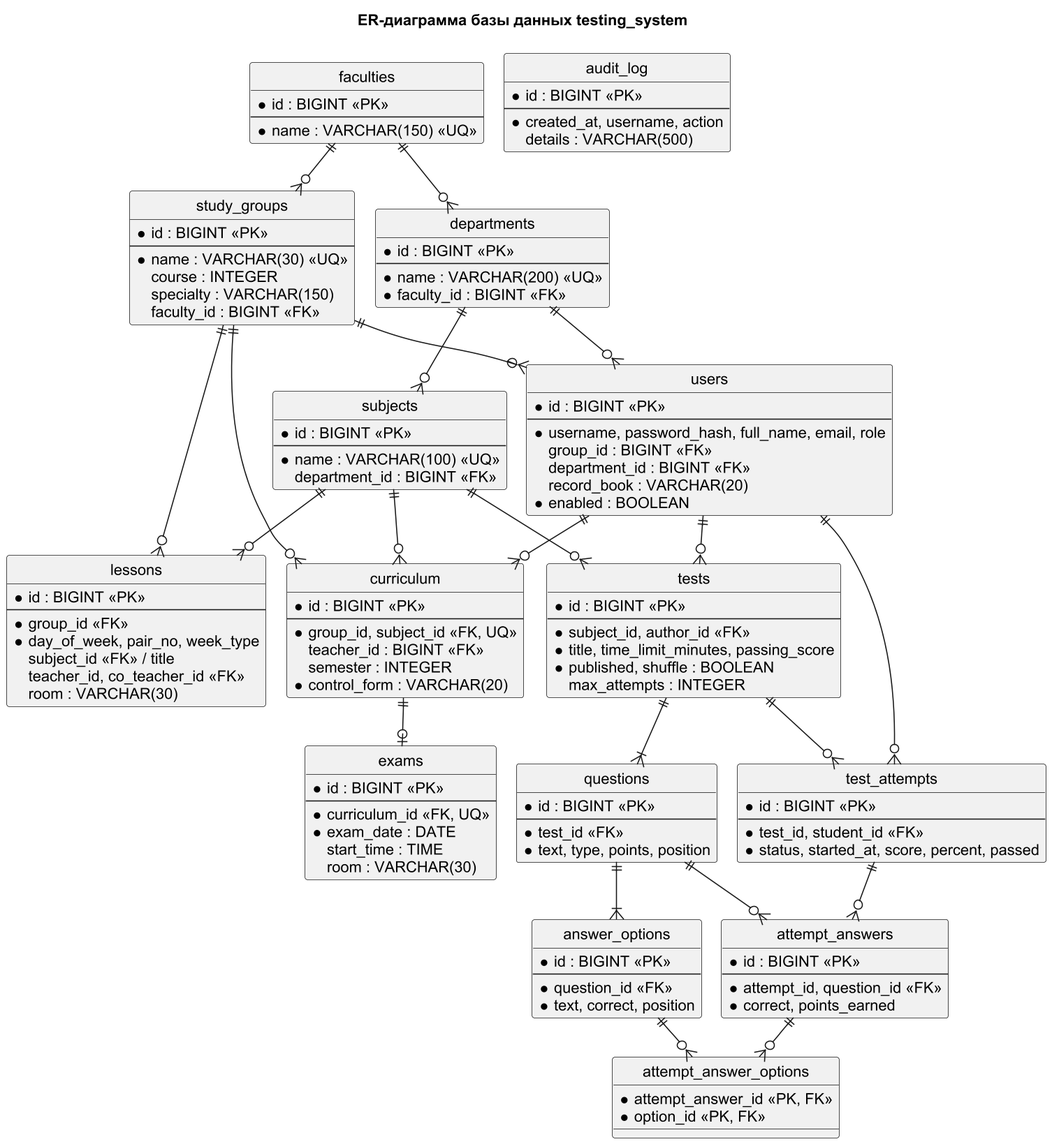
Before: docs/diagrams/er.png, a diagram exported from PlantUML (ChibryakovT/student-testing-system).
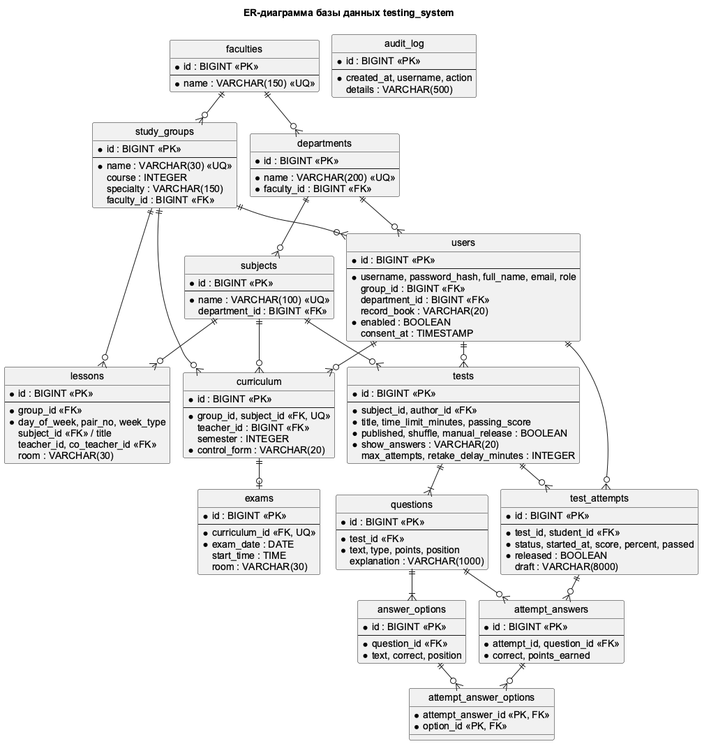
Above is the later version.

Change to the diagram source:
```diff
@@ -1,5 +1,4 @@
 @startuml er
-skinparamlocked dpi 150
 !pragma layout smetana
 skinparam defaultFontName Arial
 hide circle
@@ -33,6 +32,7 @@
   department_id : BIGINT <<FK>>
   record_book : VARCHAR(20)
   * enabled : BOOLEAN
+  consent_at : TIMESTAMP
 }
 entity subjects {
   * id : BIGINT <<PK>>
@@ -70,14 +70,16 @@
   --
   * subject_id, author_id <<FK>>
   * title, time_limit_minutes, passing_score
-  * published, shuffle : BOOLEAN
-  max_attempts : INTEGER
+  * published, shuffle, manual_release : BOOLEAN
+  * show_answers : VARCHAR(20)
+  max_attempts, retake_delay_minutes : INTEGER
 }
 entity questions {
   * id : BIGINT <<PK>>
   --
   * test_id <<FK>>
   * text, type, points, position
+  explanation : VARCHAR(1000)
 }
 entity answer_options {
   * id : BIGINT <<PK>>
@@ -90,6 +92,8 @@
   --
   * test_id, student_id <<FK>>
   * status, started_at, score, percent, passed
+  * released : BOOLEAN
+  draft : VARCHAR(8000)
 }
 entity attempt_answers {
   * id : BIGINT <<PK>>
```
